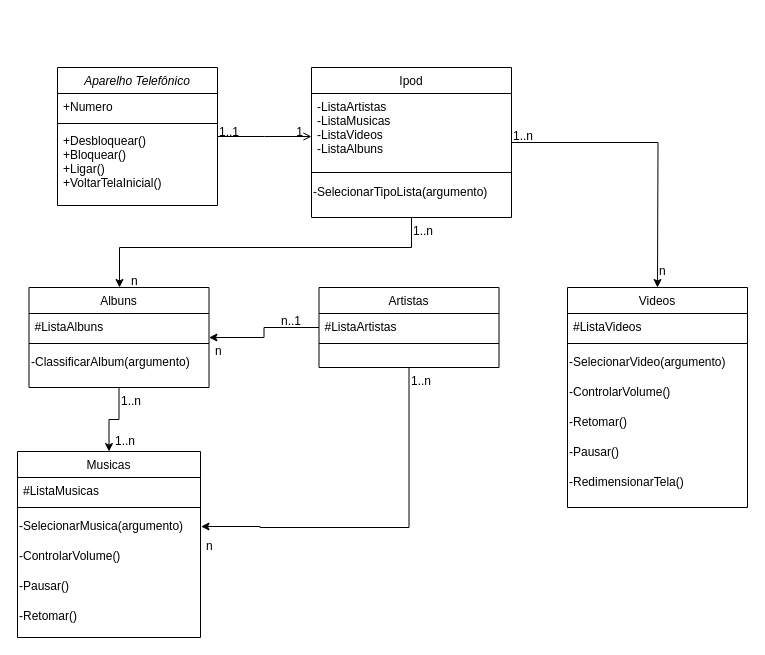
Above: Diagrama sem nome.drawio in alexandremrrocha/UML-IPhone (draw.io), before the change. Source tidied: cells renumbered, new cells numbered last; positions are measured from the earlier drawing's top-left corner, leaving out a move shared by most shapes. Both pictures are drawn from the tidied source at 100%, with x=0, y=0 at pixel (17, 17).
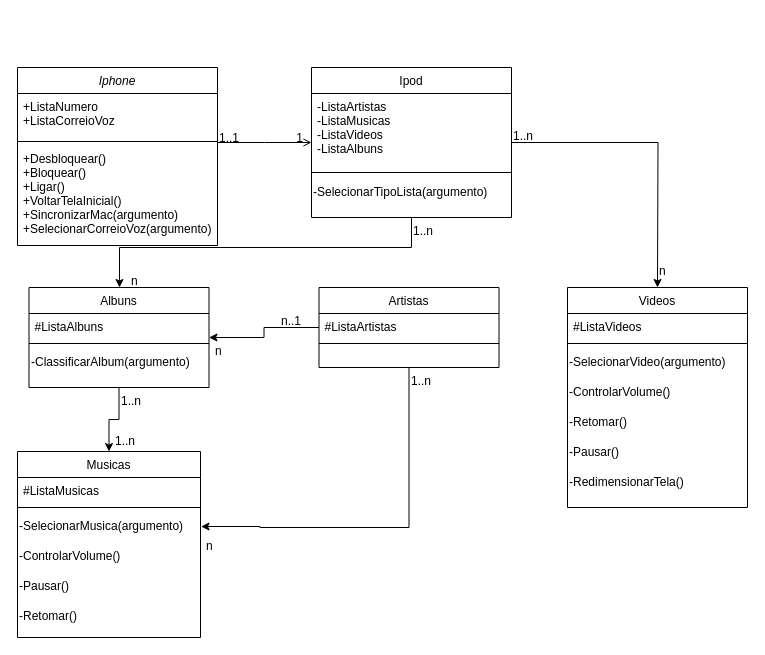
The same page after the edit.

The edit, as a diff of the source:
```diff
@@
-    <mxCell id="2" value="Aparelho Telefônico" style="swimlane;fontStyle=2;align=center;verticalAlign=top;horizontal=1;startSize=26;rounded=0;shadow=0;strokeWidth=1;" parent="1" vertex="1">
-      <mxGeometry x="40" y="50" width="160" height="138" as="geometry" />
+    <mxCell id="2" value="Iphone" style="swimlane;fontStyle=2;align=center;verticalAlign=top;horizontal=1;startSize=26;rounded=0;shadow=0;strokeWidth=1;" parent="1" vertex="1">
+      <mxGeometry y="50" width="200" height="178" as="geometry" />
     </mxCell>
-    <mxCell id="3" value="+Numero" style="text;align=left;verticalAlign=top;spacingLeft=4;spacingRight=4;overflow=hidden;rounded=0;shadow=0;html=0;" parent="2" vertex="1">
-      <mxGeometry y="26" width="160" height="26" as="geometry" />
+    <mxCell id="3" value="+ListaNumero&#10;+ListaCorreioVoz&#10;" style="text;align=left;verticalAlign=top;spacingLeft=4;spacingRight=4;overflow=hidden;rounded=0;shadow=0;html=0;" parent="2" vertex="1">
+      <mxGeometry y="26" width="200" height="44" as="geometry" />
     </mxCell>
     <mxCell id="4" style="line;html=1;strokeWidth=1;align=left;verticalAlign=middle;spacingTop=-1;spacingLeft=3;spacingRight=3;labelPosition=right;" parent="2" vertex="1">
-      <mxGeometry y="52" width="160" height="8" as="geometry" />
+      <mxGeometry y="70" width="200" height="8" as="geometry" />
     </mxCell>
-    <mxCell id="5" value="+Desbloquear()&#10;+Bloquear()&#10;+Ligar()&#10;+VoltarTelaInicial()&#10;&#10;" style="text;align=left;verticalAlign=top;spacingLeft=4;spacingRight=4;overflow=hidden;" parent="2" vertex="1">
-      <mxGeometry y="60" width="160" height="70" as="geometry" />
+    <mxCell id="5" value="+Desbloquear()&#10;+Bloquear()&#10;+Ligar()&#10;+VoltarTelaInicial()&#10;+SincronizarMac(argumento)&#10;+SelecionarCorreioVoz(argumento)&#10;" style="text;align=left;verticalAlign=top;spacingLeft=4;spacingRight=4;overflow=hidden;" parent="2" vertex="1">
+      <mxGeometry y="78" width="200" height="100" as="geometry" />
     </mxCell>
```
